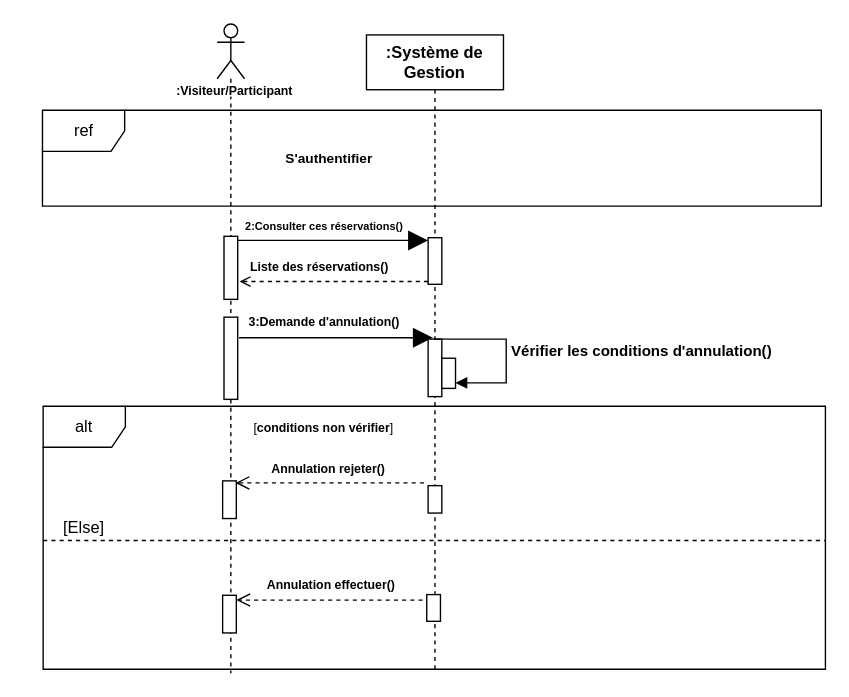
Earlier version of the draw.io diagram Diagramme sequence 2.drawio (louis-fresnel99/TpGasaL1). Source tidied: cells renumbered, new cells numbered last; positions are measured from the earlier drawing's top-left corner, leaving out a move shared by most shapes. Both pictures are drawn from the tidied source at 137%, with x=0, y=0 at pixel (23, 23).
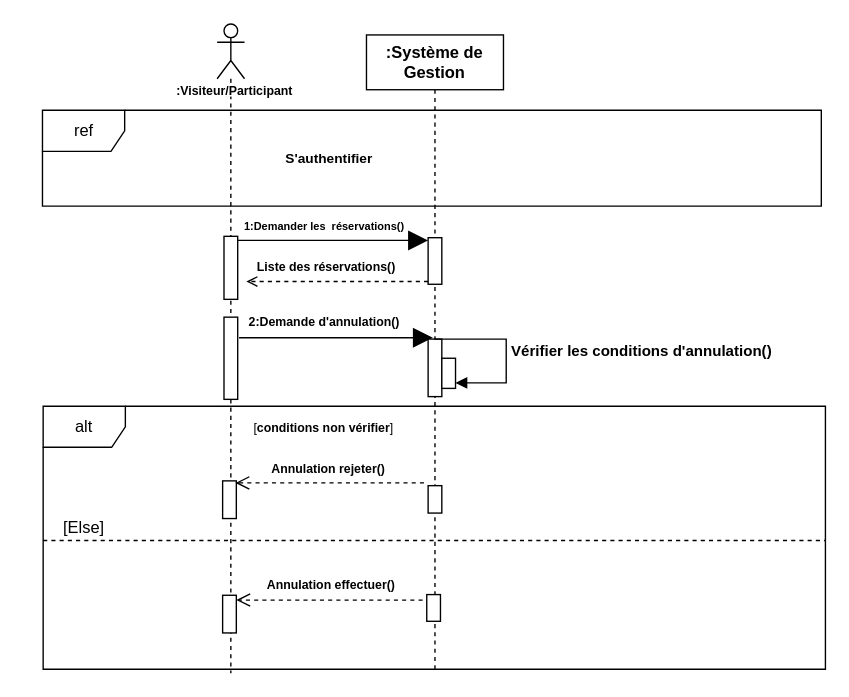
After the change.

Commit message:
Mettre à jour Diagramme sequence 2.drawio

The edit, as a diff of the source:
```diff
@@
-    <mxCell id="8" value="&lt;font style=&quot;color: light-dark(rgb(0, 0, 0), rgb(0, 0, 0)); font-size: 8px;&quot;&gt;&lt;b&gt;2:Consulter ces réservations()&lt;/b&gt;&lt;/font&gt;" style="text;html=1;align=center;verticalAlign=middle;whiteSpace=wrap;rounded=0;" parent="1" vertex="1">
+    <mxCell id="8" value="&lt;font style=&quot;color: light-dark(rgb(0, 0, 0), rgb(0, 0, 0)); font-size: 8px;&quot;&gt;&lt;b&gt;1:Demander les&amp;nbsp; réservations()&lt;/b&gt;&lt;/font&gt;" style="text;html=1;align=center;verticalAlign=middle;whiteSpace=wrap;rounded=0;" parent="1" vertex="1">
       <mxGeometry x="153.9" y="138" width="131.1" height="17" as="geometry" />
     </mxCell>
@@
     <mxCell id="10" value="&lt;font style=&quot;color: light-dark(rgb(0, 0, 0), rgb(0, 0, 0)); font-size: 9px;&quot;&gt;&lt;b style=&quot;&quot;&gt;Liste des réservations()&lt;/b&gt;&lt;/font&gt;" style="text;html=1;align=center;verticalAlign=middle;whiteSpace=wrap;rounded=0;" parent="1" vertex="1">
-      <mxGeometry x="157.3" y="166" width="118" height="22" as="geometry" />
+      <mxGeometry x="162.3" y="166" width="118" height="22" as="geometry" />
     </mxCell>
@@
-    <mxCell id="12" value="&lt;font style=&quot;color: light-dark(rgb(0, 0, 0), rgb(0, 0, 0)); font-size: 9px;&quot;&gt;&lt;b style=&quot;&quot;&gt;3:Demande d'annulation()&lt;/b&gt;&lt;/font&gt;" style="text;html=1;align=center;verticalAlign=middle;whiteSpace=wrap;rounded=0;" parent="1" vertex="1">
+    <mxCell id="12" value="&lt;font style=&quot;color: light-dark(rgb(0, 0, 0), rgb(0, 0, 0)); font-size: 9px;&quot;&gt;&lt;b style=&quot;&quot;&gt;2:Demande d'annulation()&lt;/b&gt;&lt;/font&gt;" style="text;html=1;align=center;verticalAlign=middle;whiteSpace=wrap;rounded=0;" parent="1" vertex="1">
       <mxGeometry x="155.3" y="208" width="129" height="18" as="geometry" />
     </mxCell>
```
